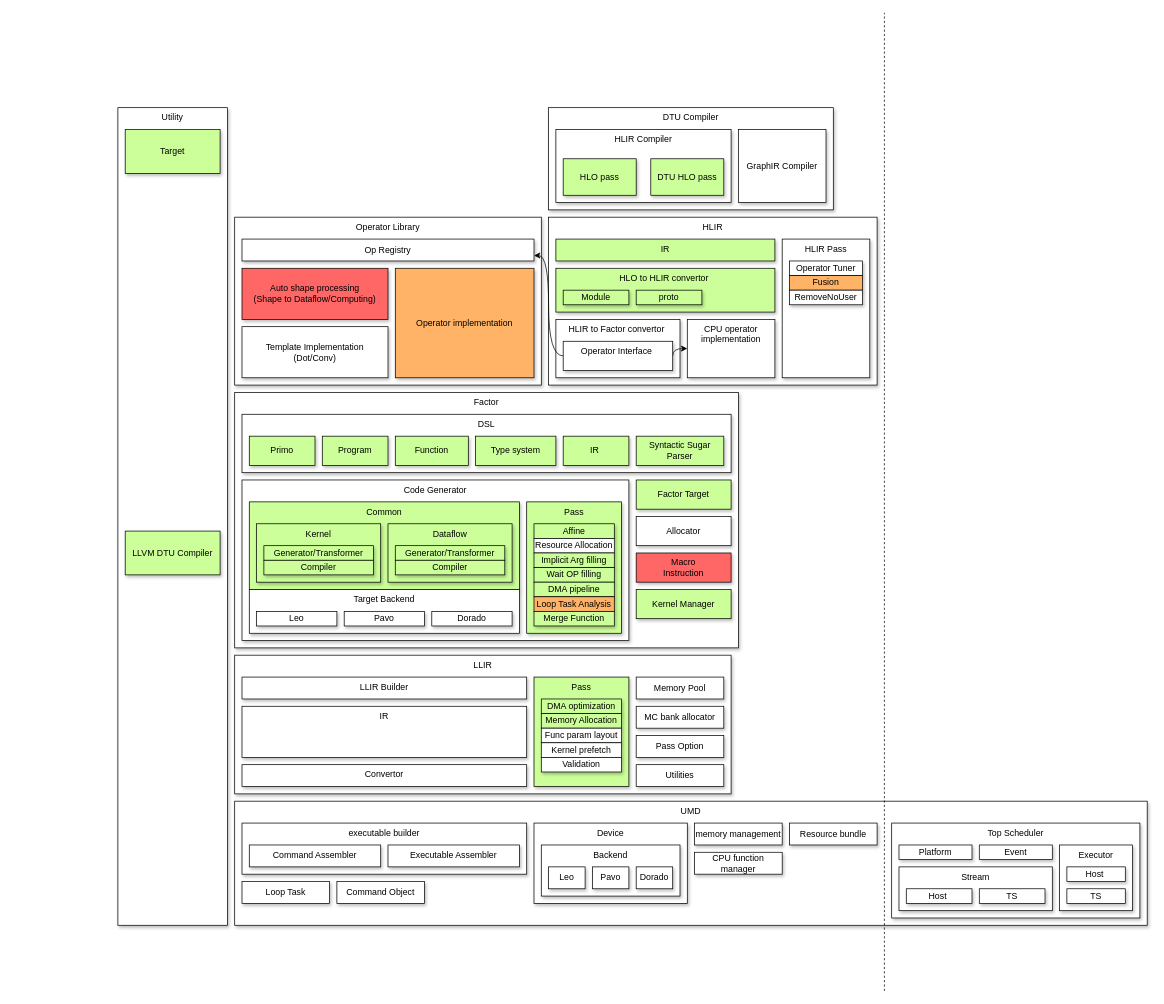
dingsg/drawio keeps this draw.io diagram as 组件及关系图.drawio. Above is the earlier version. Source tidied: cells renumbered, new cells numbered last; positions are measured from the earlier drawing's top-left corner, leaving out a move shared by most shapes. Both pictures are drawn from the tidied source at 73%, with x=0, y=0 at pixel (118, 12).
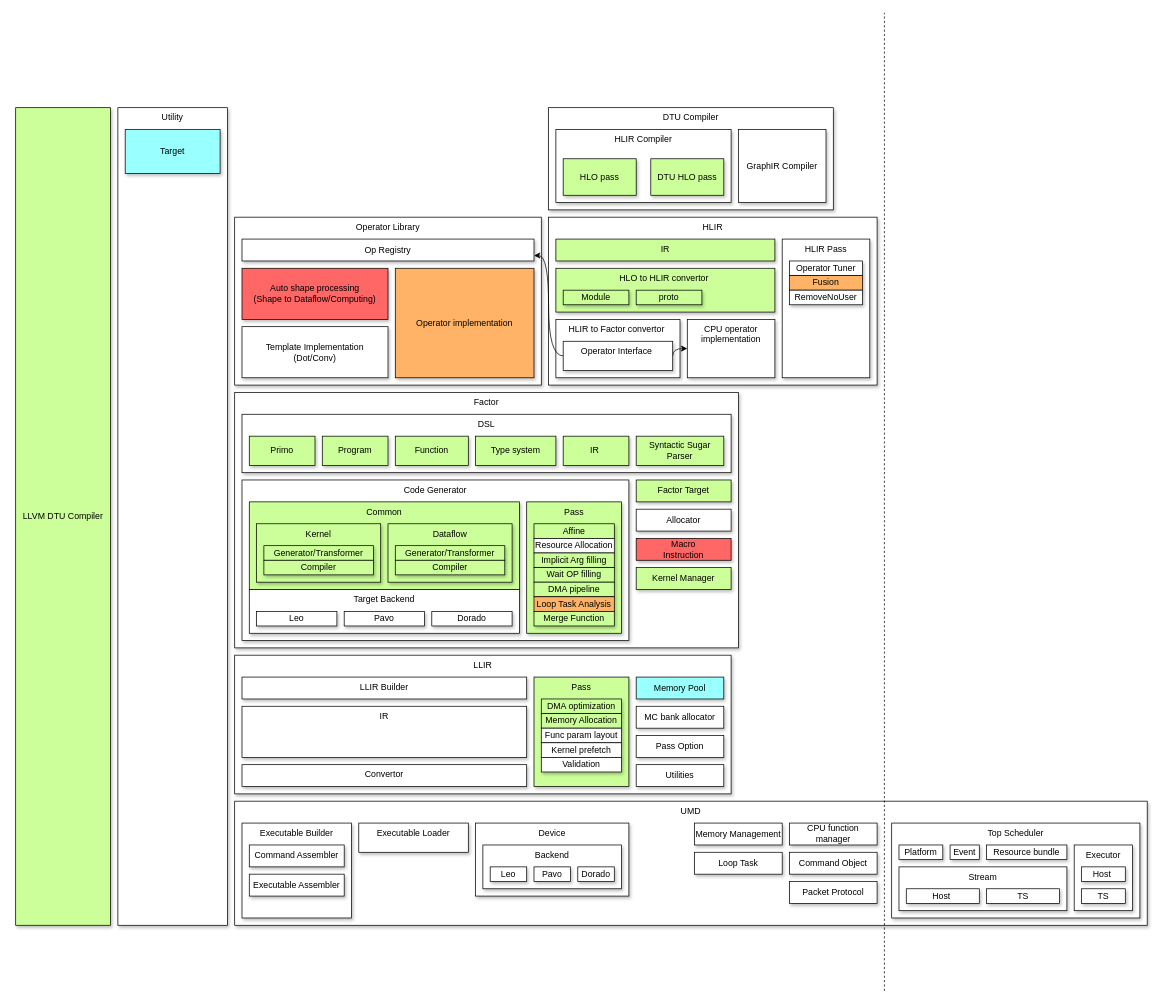
The same diagram, later.

Commit message:
Update 组件及关系图.drawio

The edit, as a diff of the source:
```diff
@@
     <mxCell id="29" value="Factor Target" style="rounded=0;whiteSpace=wrap;html=1;align=center;shadow=1;fillColor=#CCFF99;" parent="1" vertex="1">
-      <mxGeometry x="710" y="640" width="130" height="40" as="geometry" />
+      <mxGeometry x="710" y="640" width="130" height="30" as="geometry" />
     </mxCell>
@@
-    <mxCell id="31" value="Target" style="rounded=0;whiteSpace=wrap;html=1;align=center;shadow=1;fillColor=#CCFF99;" parent="1" vertex="1">
+    <mxCell id="31" value="Target" style="rounded=0;whiteSpace=wrap;html=1;align=center;shadow=1;fillColor=#99FFFF;" parent="1" vertex="1">
       <mxGeometry x="10" y="160" width="130" height="60" as="geometry" />
     </mxCell>
@@
     <mxCell id="45" value="Allocator" style="rounded=0;whiteSpace=wrap;html=1;align=center;shadow=1;" parent="1" vertex="1">
-      <mxGeometry x="710" y="690" width="130" height="40" as="geometry" />
+      <mxGeometry x="710" y="680" width="130" height="30" as="geometry" />
     </mxCell>
@@
     <mxCell id="50" value="Macro&lt;br&gt;Instruction" style="rounded=0;whiteSpace=wrap;html=1;align=center;shadow=1;fillColor=#FF6666;" parent="1" vertex="1">
-      <mxGeometry x="710" y="740" width="130" height="40" as="geometry" />
+      <mxGeometry x="710" y="720" width="130" height="30" as="geometry" />
     </mxCell>
@@
-    <mxCell id="69" value="Memory Pool" style="rounded=0;whiteSpace=wrap;html=1;align=center;shadow=1;" parent="1" vertex="1">
+    <mxCell id="69" value="Memory Pool" style="rounded=0;whiteSpace=wrap;html=1;align=center;shadow=1;fillColor=#99FFFF;" parent="1" vertex="1">
       <mxGeometry x="710" y="910" width="120" height="30" as="geometry" />
     </mxCell>
@@
-    <mxCell id="75" value="executable builder" style="rounded=0;whiteSpace=wrap;html=1;shadow=1;fillColor=#FFFFFF;align=center;verticalAlign=top;" parent="1" vertex="1">
-      <mxGeometry x="170" y="1110" width="390" height="70" as="geometry" />
+    <mxCell id="75" value="Executable Builder" style="rounded=0;whiteSpace=wrap;html=1;shadow=1;fillColor=#FFFFFF;align=center;verticalAlign=top;" parent="1" vertex="1">
+      <mxGeometry x="170" y="1110" width="150" height="130" as="geometry" />
     </mxCell>
@@
     <mxCell id="77" value="Command Assembler" style="rounded=0;whiteSpace=wrap;html=1;shadow=1;fillColor=#FFFFFF;align=center;" parent="1" vertex="1">
-      <mxGeometry x="180" y="1140" width="180" height="30" as="geometry" />
+      <mxGeometry x="180" y="1140" width="130" height="30" as="geometry" />
     </mxCell>
     <mxCell id="78" value="Loop Task" style="rounded=0;whiteSpace=wrap;html=1;shadow=1;fillColor=#FFFFFF;align=center;" parent="1" vertex="1">
-      <mxGeometry x="170" y="1190" width="120" height="30" as="geometry" />
+      <mxGeometry x="790" y="1150" width="120" height="30" as="geometry" />
     </mxCell>
     <mxCell id="79" value="Executable Assembler" style="rounded=0;whiteSpace=wrap;html=1;shadow=1;fillColor=#FFFFFF;align=center;" parent="1" vertex="1">
-      <mxGeometry x="370" y="1140" width="180" height="30" as="geometry" />
+      <mxGeometry x="180" y="1180" width="130" height="30" as="geometry" />
     </mxCell>
     <mxCell id="80" value="Resource bundle" style="rounded=0;whiteSpace=wrap;html=1;shadow=1;fillColor=#FFFFFF;align=center;" parent="1" vertex="1">
-      <mxGeometry x="920" y="1110" width="120" height="30" as="geometry" />
+      <mxGeometry x="1190" y="1140" width="110" height="20" as="geometry" />
     </mxCell>
-    <mxCell id="81" value="memory management" style="rounded=0;whiteSpace=wrap;html=1;shadow=1;fillColor=#FFFFFF;align=center;" parent="1" vertex="1">
+    <mxCell id="81" value="Memory Management" style="rounded=0;whiteSpace=wrap;html=1;shadow=1;fillColor=#FFFFFF;align=center;" parent="1" vertex="1">
       <mxGeometry x="790" y="1110" width="120" height="30" as="geometry" />
     </mxCell>
     <mxCell id="82" value="CPU function manager" style="rounded=0;whiteSpace=wrap;html=1;shadow=1;fillColor=#FFFFFF;align=center;" parent="1" vertex="1">
-      <mxGeometry x="790" y="1150" width="120" height="30" as="geometry" />
+      <mxGeometry x="920" y="1110" width="120" height="30" as="geometry" />
     </mxCell>
     <mxCell id="83" value="LLVM DTU Compiler" style="rounded=0;whiteSpace=wrap;html=1;align=center;shadow=1;fillColor=#CCFF99;" parent="1" vertex="1">
-      <mxGeometry x="10" y="710" width="130" height="60" as="geometry" />
+      <mxGeometry x="-140" y="130" width="130" height="1120" as="geometry" />
     </mxCell>
     <mxCell id="84" value="Kernel Manager" style="rounded=0;whiteSpace=wrap;html=1;align=center;shadow=1;fillColor=#CCFF99;" parent="1" vertex="1">
-      <mxGeometry x="710" y="790" width="130" height="40" as="geometry" />
+      <mxGeometry x="710" y="760" width="130" height="30" as="geometry" />
     </mxCell>
     <mxCell id="85" value="Command Object" style="rounded=0;whiteSpace=wrap;html=1;shadow=1;fillColor=#FFFFFF;align=center;" parent="1" vertex="1">
-      <mxGeometry x="300" y="1190" width="120" height="30" as="geometry" />
+      <mxGeometry x="920" y="1150" width="120" height="30" as="geometry" />
     </mxCell>
     <mxCell id="86" value="Device" style="rounded=0;whiteSpace=wrap;html=1;verticalAlign=top;shadow=1;" parent="1" vertex="1">
-      <mxGeometry x="570" y="1110" width="210" height="110" as="geometry" />
+      <mxGeometry x="490" y="1110" width="210" height="100" as="geometry" />
     </mxCell>
     <mxCell id="87" value="Backend" style="rounded=0;whiteSpace=wrap;html=1;shadow=1;fillColor=#FFFFFF;align=center;verticalAlign=top;" parent="1" vertex="1">
-      <mxGeometry x="580" y="1140" width="190" height="70" as="geometry" />
+      <mxGeometry x="500" y="1140" width="190" height="60" as="geometry" />
     </mxCell>
     <mxCell id="88" value="Leo" style="rounded=0;whiteSpace=wrap;html=1;shadow=1;fillColor=#FFFFFF;align=center;" parent="1" vertex="1">
-      <mxGeometry x="590" y="1170" width="50" height="30" as="geometry" />
+      <mxGeometry x="510" y="1170" width="50" height="20" as="geometry" />
     </mxCell>
     <mxCell id="89" value="Pavo" style="rounded=0;whiteSpace=wrap;html=1;shadow=1;fillColor=#FFFFFF;align=center;" parent="1" vertex="1">
-      <mxGeometry x="650" y="1170" width="50" height="30" as="geometry" />
+      <mxGeometry x="570" y="1170" width="50" height="20" as="geometry" />
     </mxCell>
     <mxCell id="90" value="Dorado" style="rounded=0;whiteSpace=wrap;html=1;shadow=1;fillColor=#FFFFFF;align=center;" parent="1" vertex="1">
-      <mxGeometry x="710" y="1170" width="50" height="30" as="geometry" />
+      <mxGeometry x="630" y="1170" width="50" height="20" as="geometry" />
     </mxCell>
     <mxCell id="91" value="Platform" style="rounded=0;whiteSpace=wrap;html=1;shadow=1;fillColor=#FFFFFF;align=center;" parent="1" vertex="1">
-      <mxGeometry x="1070" y="1140" width="100" height="20" as="geometry" />
+      <mxGeometry x="1070" y="1140" width="60" height="20" as="geometry" />
     </mxCell>
     <mxCell id="92" value="Event" style="rounded=0;whiteSpace=wrap;html=1;shadow=1;fillColor=#FFFFFF;align=center;" parent="1" vertex="1">
-      <mxGeometry x="1180" y="1140" width="100" height="20" as="geometry" />
+      <mxGeometry x="1140" y="1140" width="40" height="20" as="geometry" />
     </mxCell>
     <mxCell id="93" value="Executor" style="rounded=0;whiteSpace=wrap;html=1;shadow=1;fillColor=#FFFFFF;align=center;verticalAlign=top;" parent="1" vertex="1">
-      <mxGeometry x="1290" y="1140" width="100" height="90" as="geometry" />
+      <mxGeometry x="1310" y="1140" width="80" height="90" as="geometry" />
     </mxCell>
     <mxCell id="94" value="Stream" style="rounded=0;whiteSpace=wrap;html=1;shadow=1;fillColor=#FFFFFF;align=center;verticalAlign=top;" parent="1" vertex="1">
-      <mxGeometry x="1070" y="1170" width="210" height="60" as="geometry" />
+      <mxGeometry x="1070" y="1170" width="230" height="60" as="geometry" />
     </mxCell>
     <mxCell id="95" value="Host&amp;nbsp;" style="rounded=0;whiteSpace=wrap;html=1;shadow=1;fillColor=#FFFFFF;align=center;" parent="1" vertex="1">
-      <mxGeometry x="1080" y="1200" width="90" height="20" as="geometry" />
+      <mxGeometry x="1080" y="1200" width="100" height="20" as="geometry" />
     </mxCell>
     <mxCell id="96" value="TS" style="rounded=0;whiteSpace=wrap;html=1;shadow=1;fillColor=#FFFFFF;align=center;" parent="1" vertex="1">
-      <mxGeometry x="1180" y="1200" width="90" height="20" as="geometry" />
+      <mxGeometry x="1190" y="1200" width="100" height="20" as="geometry" />
     </mxCell>
     <mxCell id="97" value="Host&amp;nbsp;" style="rounded=0;whiteSpace=wrap;html=1;shadow=1;fillColor=#FFFFFF;align=center;" parent="1" vertex="1">
-      <mxGeometry x="1300" y="1170" width="80" height="20" as="geometry" />
+      <mxGeometry x="1320" y="1170" width="60" height="20" as="geometry" />
     </mxCell>
     <mxCell id="98" value="TS" style="rounded=0;whiteSpace=wrap;html=1;shadow=1;fillColor=#FFFFFF;align=center;" parent="1" vertex="1">
-      <mxGeometry x="1300" y="1200" width="80" height="20" as="geometry" />
+      <mxGeometry x="1320" y="1200" width="60" height="20" as="geometry" />
     </mxCell>
+    <mxCell id="99" value="Executable Loader" style="rounded=0;whiteSpace=wrap;html=1;shadow=1;fillColor=#FFFFFF;align=center;verticalAlign=top;" parent="1" vertex="1">
+      <mxGeometry x="330" y="1110" width="150" height="40" as="geometry" />
+    </mxCell>
+    <mxCell id="100" value="Packet Protocol" style="rounded=0;whiteSpace=wrap;html=1;shadow=1;fillColor=#FFFFFF;align=center;" parent="1" vertex="1">
+      <mxGeometry x="920" y="1190" width="120" height="30" as="geometry" />
+    </mxCell>
```
